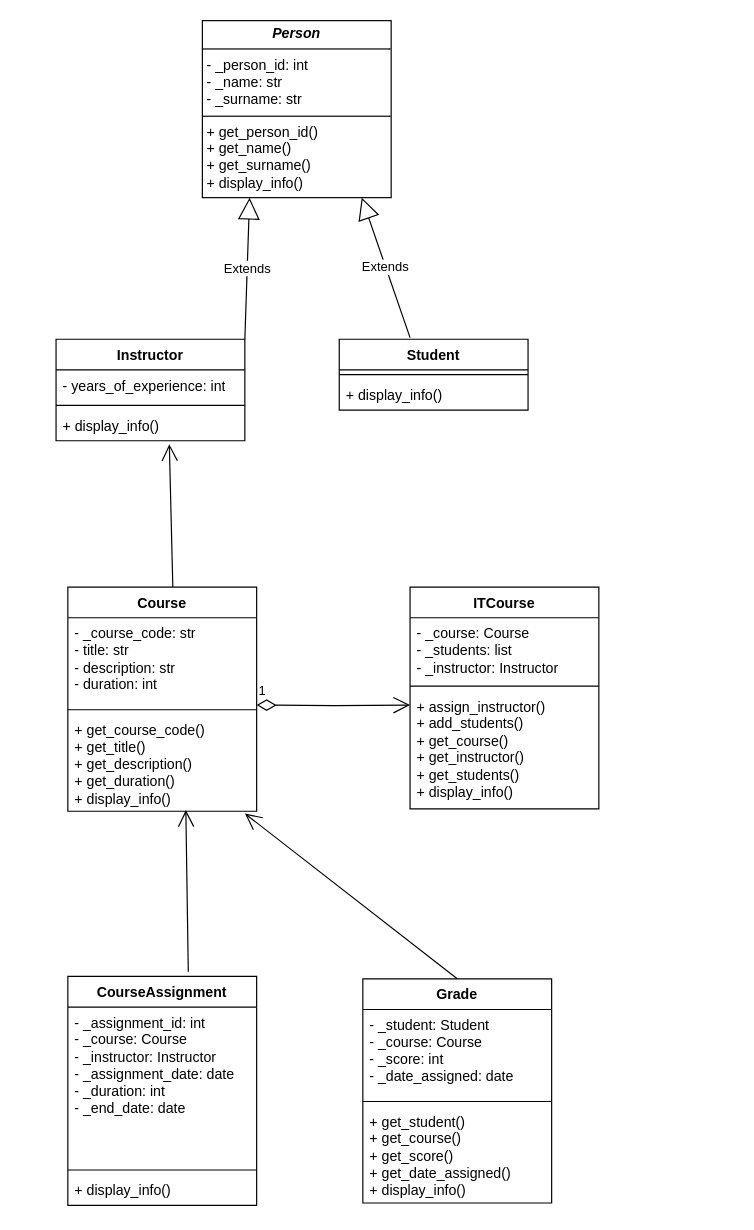
Above: HW_36/usage_of_OOP_UML_diagram.drawio.xml in Yevgaiz/Hillel_QA_Automation (draw.io), before the change. Source tidied: cells renumbered, new cells numbered last; positions are measured from the earlier drawing's top-left corner, leaving out a move shared by most shapes. Both pictures are drawn from the tidied source at 118%, with x=0, y=0 at pixel (55, 20).
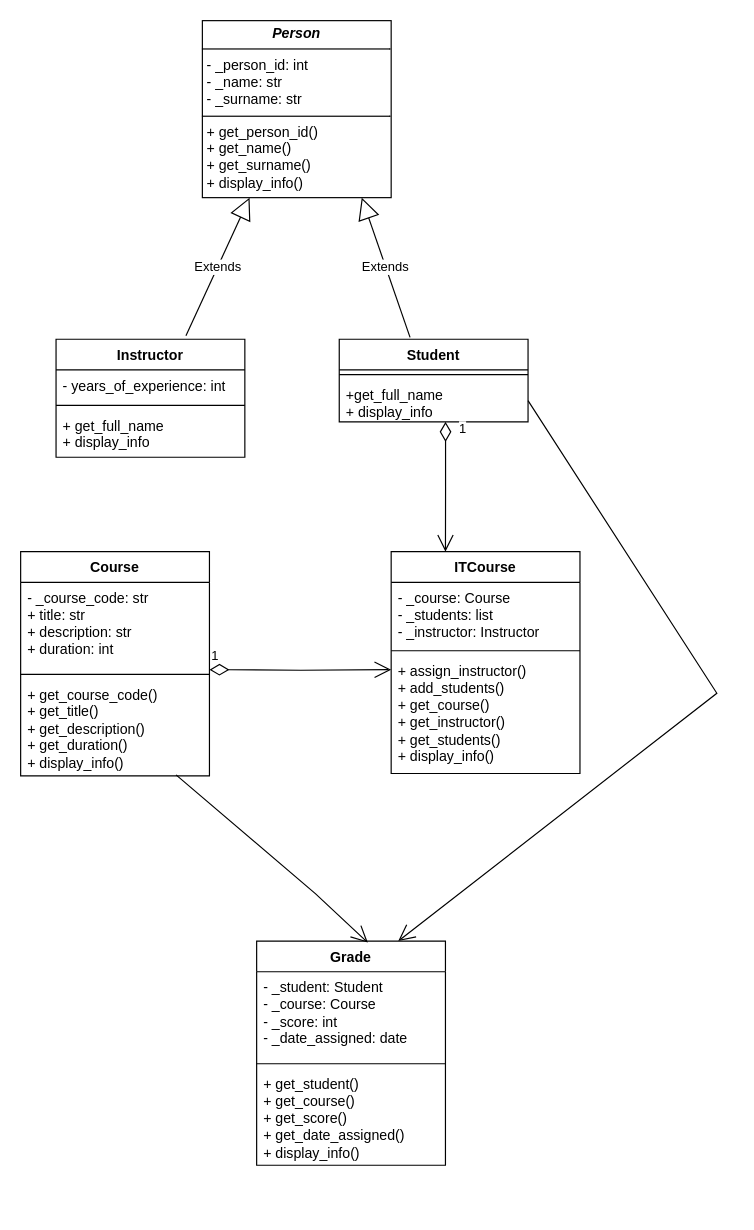
The same diagram, later.

Commit message (it also covers changes not shown here):
diagram and code corrections

Unchanged cells that the change refers to:
```xml
<mxCell id="2" value="&lt;p style=&quot;margin:0px;margin-top:4px;text-align:center;&quot;&gt;&lt;b&gt;&lt;i&gt;Person&lt;/i&gt;&lt;/b&gt;&lt;/p&gt;&lt;hr size=&quot;1&quot; style=&quot;border-style:solid;&quot;&gt;&lt;p style=&quot;margin:0px;margin-left:4px;&quot;&gt;- _person_id: int&amp;nbsp;&lt;/p&gt;&lt;p style=&quot;margin:0px;margin-left:4px;&quot;&gt;- _name: str&lt;/p&gt;&lt;p style=&quot;margin:0px;margin-left:4px;&quot;&gt;- _surname: str&amp;nbsp;&lt;br&gt;&lt;/p&gt;&lt;hr size=&quot;1&quot; style=&quot;border-style:solid;&quot;&gt;&lt;p style=&quot;margin:0px;margin-left:4px;&quot;&gt;+ get_person_id()&amp;nbsp;&lt;/p&gt;&lt;p style=&quot;margin:0px;margin-left:4px;&quot;&gt;+ get_name()&lt;/p&gt;&lt;p style=&quot;margin:0px;margin-left:4px;&quot;&gt;+ get_surname()&lt;br&gt;&lt;/p&gt;&lt;p style=&quot;margin:0px;margin-left:4px;&quot;&gt;&lt;span style=&quot;background-color: initial;&quot;&gt;+ display_info()&lt;/span&gt;&lt;span style=&quot;background-color: initial;&quot;&gt;&amp;nbsp; &amp;nbsp;&lt;/span&gt;&lt;/p&gt;" style="verticalAlign=top;align=left;overflow=fill;html=1;whiteSpace=wrap;" parent="1" vertex="1">
  <mxGeometry x="124" width="160" height="150" as="geometry" />
</mxCell>
<mxCell id="15" value="+ get_course_code()&lt;div&gt;+ get_title()&lt;br&gt;&lt;/div&gt;&lt;div&gt;+ get_description()&lt;br&gt;&lt;/div&gt;&lt;div&gt;+ get_duration()&lt;br&gt;&lt;/div&gt;&lt;div&gt;+ display_info()&lt;br&gt;&lt;/div&gt;" style="text;strokeColor=none;fillColor=none;align=left;verticalAlign=top;spacingLeft=4;spacingRight=4;overflow=hidden;points=[[0,0.5],[1,0.5]];portConstraint=eastwest;whiteSpace=wrap;html=1;" parent="12" vertex="1">
  <mxGeometry y="108" width="160" height="82" as="geometry" />
</mxCell>
<mxCell id="19" value="+ assign_instructor()&lt;div&gt;+ add_students()&lt;br&gt;&lt;/div&gt;&lt;div&gt;+ get_course()&lt;br&gt;&lt;/div&gt;&lt;div&gt;+ get_instructor()&lt;br&gt;&lt;/div&gt;&lt;div&gt;+ get_students()&lt;br&gt;&lt;/div&gt;&lt;div&gt;+ display_info()&lt;br&gt;&lt;/div&gt;" style="text;strokeColor=none;fillColor=none;align=left;verticalAlign=top;spacingLeft=4;spacingRight=4;overflow=hidden;points=[[0,0.5],[1,0.5]];portConstraint=eastwest;whiteSpace=wrap;html=1;" parent="16" vertex="1">
  <mxGeometry y="88" width="160" height="100" as="geometry" />
</mxCell>
```

Diff of the diagram source:
```diff
@@
-    <mxCell id="3" value="Extends" style="endArrow=block;endSize=16;endFill=0;html=1;rounded=0;entryX=0.25;entryY=1;entryDx=0;entryDy=0;exitX=1;exitY=0;exitDx=0;exitDy=0;" parent="1" edge="1" source="4" target="2">
+    <mxCell id="3" value="Extends" style="endArrow=block;endSize=16;endFill=0;html=1;rounded=0;entryX=0.25;entryY=1;entryDx=0;entryDy=0;exitX=0.688;exitY=-0.03;exitDx=0;exitDy=0;exitPerimeter=0;" parent="1" edge="1" source="4" target="2">
       <mxGeometry relative="1" as="geometry" />
     </mxCell>
     <mxCell id="4" value="Instructor" style="swimlane;fontStyle=1;align=center;verticalAlign=top;horizontal=1;startSize=26;whiteSpace=wrap;html=1;" parent="1" vertex="1">
-      <mxGeometry y="270" width="160" height="86" as="geometry" />
+      <mxGeometry y="270" width="160" height="100" as="geometry" />
     </mxCell>
@@
-    <mxCell id="7" value="+ display_info()  " style="text;strokeColor=none;fillColor=none;align=left;verticalAlign=top;spacingLeft=4;spacingRight=4;overflow=hidden;points=[[0,0.5],[1,0.5]];portConstraint=eastwest;whiteSpace=wrap;html=1;" parent="4" vertex="1">
-      <mxGeometry y="60" width="160" height="26" as="geometry" />
+    <mxCell id="7" value="&lt;div&gt;+ get_full_name&lt;/div&gt;+ display_info" style="text;strokeColor=none;fillColor=none;align=left;verticalAlign=top;spacingLeft=4;spacingRight=4;overflow=hidden;points=[[0,0.5],[1,0.5]];portConstraint=eastwest;whiteSpace=wrap;html=1;" parent="4" vertex="1">
+      <mxGeometry y="60" width="160" height="40" as="geometry" />
     </mxCell>
     <mxCell id="8" value="Student" style="swimlane;fontStyle=1;align=center;verticalAlign=top;horizontal=1;startSize=26;whiteSpace=wrap;html=1;" parent="1" vertex="1">
-      <mxGeometry x="240" y="270" width="160" height="60" as="geometry" />
+      <mxGeometry x="240" y="270" width="160" height="70" as="geometry" />
     </mxCell>
@@
-    <mxCell id="10" value="+ display_info() " style="text;strokeColor=none;fillColor=none;align=left;verticalAlign=top;spacingLeft=4;spacingRight=4;overflow=hidden;points=[[0,0.5],[1,0.5]];portConstraint=eastwest;whiteSpace=wrap;html=1;" parent="8" vertex="1">
-      <mxGeometry y="34" width="160" height="26" as="geometry" />
+    <mxCell id="10" value="&lt;div&gt;+get_full_name&lt;/div&gt;+ display_info" style="text;strokeColor=none;fillColor=none;align=left;verticalAlign=top;spacingLeft=4;spacingRight=4;overflow=hidden;points=[[0,0.5],[1,0.5]];portConstraint=eastwest;whiteSpace=wrap;html=1;" parent="8" vertex="1">
+      <mxGeometry y="34" width="160" height="36" as="geometry" />
     </mxCell>
@@
     <mxCell id="12" value="Course" style="swimlane;fontStyle=1;align=center;verticalAlign=top;horizontal=1;startSize=26;whiteSpace=wrap;html=1;" parent="1" vertex="1">
-      <mxGeometry x="10" y="480" width="160" height="190" as="geometry" />
+      <mxGeometry x="-30" y="450" width="160" height="190" as="geometry" />
     </mxCell>
-    <mxCell id="13" value=" - _course_code: str&lt;div&gt;- title: str&lt;br&gt;&lt;/div&gt;&lt;div&gt;- description: str&lt;/div&gt;&lt;div&gt;- duration: int &amp;nbsp;&amp;nbsp;&lt;br&gt;&lt;/div&gt;" style="text;strokeColor=none;fillColor=none;align=left;verticalAlign=top;spacingLeft=4;spacingRight=4;overflow=hidden;whiteSpace=wrap;html=1;" parent="12" vertex="1">
+    <mxCell id="13" value=" - _course_code: str&lt;div&gt;+ title: str&lt;br&gt;&lt;/div&gt;&lt;div&gt;+ description: str&lt;/div&gt;&lt;div&gt;+ duration: int &amp;nbsp;&amp;nbsp;&lt;br&gt;&lt;/div&gt;" style="text;strokeColor=none;fillColor=none;align=left;verticalAlign=top;spacingLeft=4;spacingRight=4;overflow=hidden;whiteSpace=wrap;html=1;" parent="12" vertex="1">
       <mxGeometry y="26" width="160" height="74" as="geometry" />
     </mxCell>
@@
     <mxCell id="16" value="ITCourse " style="swimlane;fontStyle=1;align=center;verticalAlign=top;horizontal=1;startSize=26;whiteSpace=wrap;html=1;" parent="1" vertex="1">
-      <mxGeometry x="300" y="480" width="160" height="188" as="geometry" />
+      <mxGeometry x="284" y="450" width="160" height="188" as="geometry" />
     </mxCell>
@@
-    <mxCell id="20" style="endArrow=open;endFill=1;endSize=12;html=1;rounded=0;entryX=0.6;entryY=1.115;entryDx=0;entryDy=0;entryPerimeter=0;exitX=0.556;exitY=0;exitDx=0;exitDy=0;exitPerimeter=0;" parent="1" edge="1" source="12" target="7">
-      <mxGeometry relative="1" as="geometry" />
-    </mxCell>
     <mxCell id="21" value="1" style="endArrow=open;html=1;endSize=12;startArrow=diamondThin;startSize=14;startFill=0;edgeStyle=orthogonalEdgeStyle;align=left;verticalAlign=bottom;rounded=0;entryX=0;entryY=0.12;entryDx=0;entryDy=0;entryPerimeter=0;" parent="1" edge="1" target="19">
       <mxGeometry x="-1" y="3" relative="1" as="geometry">
-        <mxPoint x="170" y="580" as="sourcePoint" />
+        <mxPoint x="130" y="550" as="sourcePoint" />
       </mxGeometry>
     </mxCell>
-    <mxCell id="22" value="CourseAssignment  " style="swimlane;fontStyle=1;align=center;verticalAlign=top;horizontal=1;startSize=26;whiteSpace=wrap;html=1;" parent="1" vertex="1">
-      <mxGeometry x="10" y="810" width="160" height="194" as="geometry" />
-    </mxCell>
-    <mxCell id="23" value="- _assignment_id: int&lt;div&gt;- _course: Course&lt;/div&gt;&lt;div&gt;- _instructor: Instructor&lt;/div&gt;&lt;div&gt;- _assignment_date: date&amp;nbsp;&lt;/div&gt;&lt;div&gt;- _duration: int&amp;nbsp;&lt;/div&gt;&lt;div&gt;- _end_date: date&lt;/div&gt;" style="text;strokeColor=none;fillColor=none;align=left;verticalAlign=top;spacingLeft=4;spacingRight=4;overflow=hidden;whiteSpace=wrap;html=1;" parent="22" vertex="1">
-      <mxGeometry y="26" width="160" height="134" as="geometry" />
-    </mxCell>
-    <mxCell id="24" style="line;strokeWidth=1;fillColor=none;align=left;verticalAlign=middle;spacingTop=-1;spacingLeft=3;spacingRight=3;labelPosition=right;strokeColor=inherit;" parent="22" vertex="1">
-      <mxGeometry y="160" width="160" height="8" as="geometry" />
-    </mxCell>
-    <mxCell id="25" value="+ display_info() " style="text;strokeColor=none;fillColor=none;align=left;verticalAlign=top;spacingLeft=4;spacingRight=4;overflow=hidden;whiteSpace=wrap;html=1;" parent="22" vertex="1">
-      <mxGeometry y="168" width="160" height="26" as="geometry" />
-    </mxCell>
     <mxCell id="26" value="Grade" style="swimlane;fontStyle=1;align=center;verticalAlign=top;horizontal=1;startSize=26;whiteSpace=wrap;html=1;" parent="1" vertex="1">
-      <mxGeometry x="260" y="812" width="160" height="190" as="geometry" />
+      <mxGeometry x="170" y="780" width="160" height="190" as="geometry" />
     </mxCell>
@@
-    <mxCell id="30" style="endArrow=open;endFill=1;endSize=12;html=1;rounded=0;entryX=0.625;entryY=0.988;entryDx=0;entryDy=0;entryPerimeter=0;exitX=0.638;exitY=-0.021;exitDx=0;exitDy=0;exitPerimeter=0;" parent="1" edge="1" source="22" target="15">
-      <mxGeometry relative="1" as="geometry" />
-    </mxCell>
-    <mxCell id="31" style="endArrow=open;endFill=1;endSize=12;html=1;rounded=0;entryX=0.938;entryY=1.024;entryDx=0;entryDy=0;entryPerimeter=0;exitX=0.5;exitY=0;exitDx=0;exitDy=0;" parent="1" edge="1" source="26" target="15">
-      <mxGeometry relative="1" as="geometry" />
-    </mxCell>
+    <mxCell id="32" value="1" style="endArrow=open;html=1;endSize=12;startArrow=diamondThin;startSize=14;startFill=0;edgeStyle=orthogonalEdgeStyle;align=left;verticalAlign=bottom;rounded=0;exitX=0.563;exitY=1;exitDx=0;exitDy=0;exitPerimeter=0;" parent="1" edge="1" source="10">
+      <mxGeometry x="-0.73" y="10" relative="1" as="geometry">
+        <mxPoint x="330" y="450" as="targetPoint" />
+      </mxGeometry>
+    </mxCell>
+    <mxCell id="33" style="endArrow=open;endFill=1;endSize=12;html=1;rounded=0;exitX=1;exitY=0.5;exitDx=0;exitDy=0;entryX=0.75;entryY=0;entryDx=0;entryDy=0;" parent="1" edge="1" source="10" target="26">
+      <mxGeometry relative="1" as="geometry">
+        <Array as="points">
+          <mxPoint x="560" y="570" />
+        </Array>
+      </mxGeometry>
+    </mxCell>
+    <mxCell id="34" style="endArrow=open;endFill=1;endSize=12;html=1;rounded=0;entryX=0.589;entryY=0.007;entryDx=0;entryDy=0;entryPerimeter=0;exitX=0.823;exitY=0.99;exitDx=0;exitDy=0;exitPerimeter=0;" parent="1" edge="1" source="15" target="26">
+      <mxGeometry relative="1" as="geometry">
+        <Array as="points">
+          <mxPoint x="220" y="740" />
+        </Array>
+      </mxGeometry>
+    </mxCell>
```
